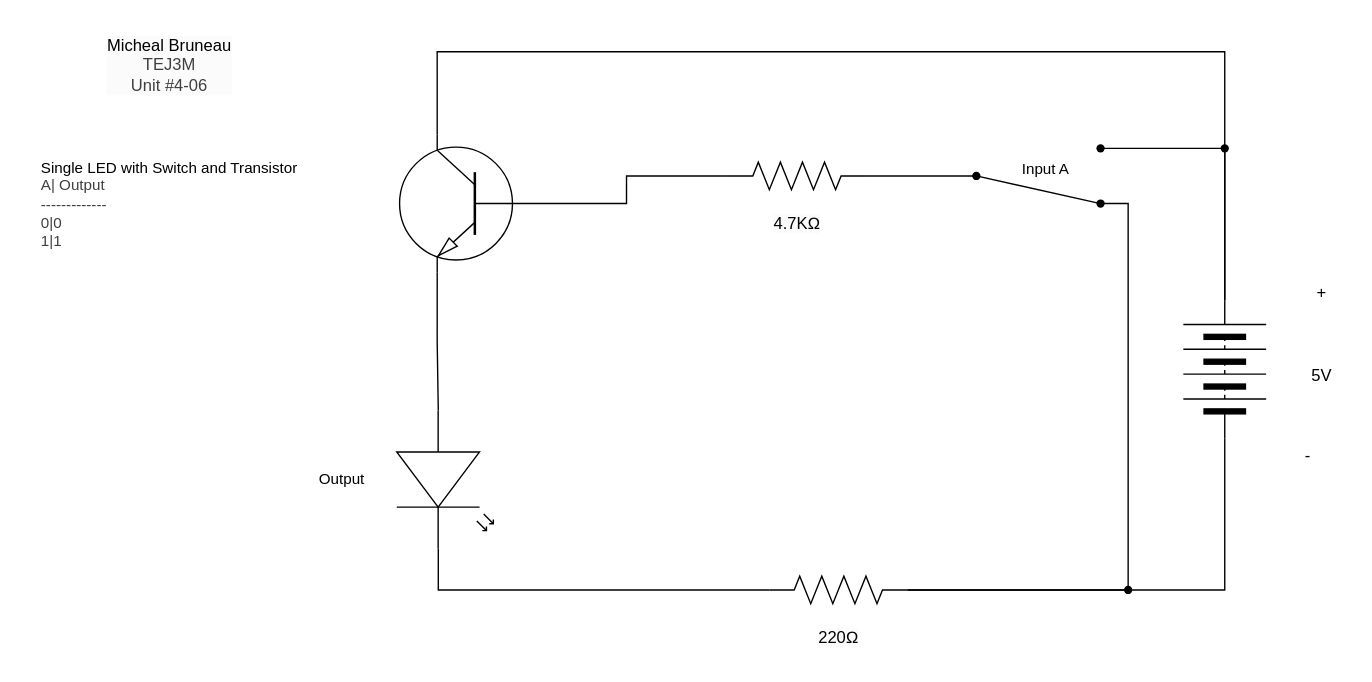
Earlier version of the draw.io diagram TEJ3M 4-06/Schematic diagram.drawio (michael-bruneau/TEJ3M-Unit-4). Source tidied: cells renumbered, new cells numbered last; positions are measured from the earlier drawing's top-left corner, leaving out a move shared by most shapes. Both pictures are drawn from the tidied source at 138%, with x=0, y=0 at pixel (23, 23).
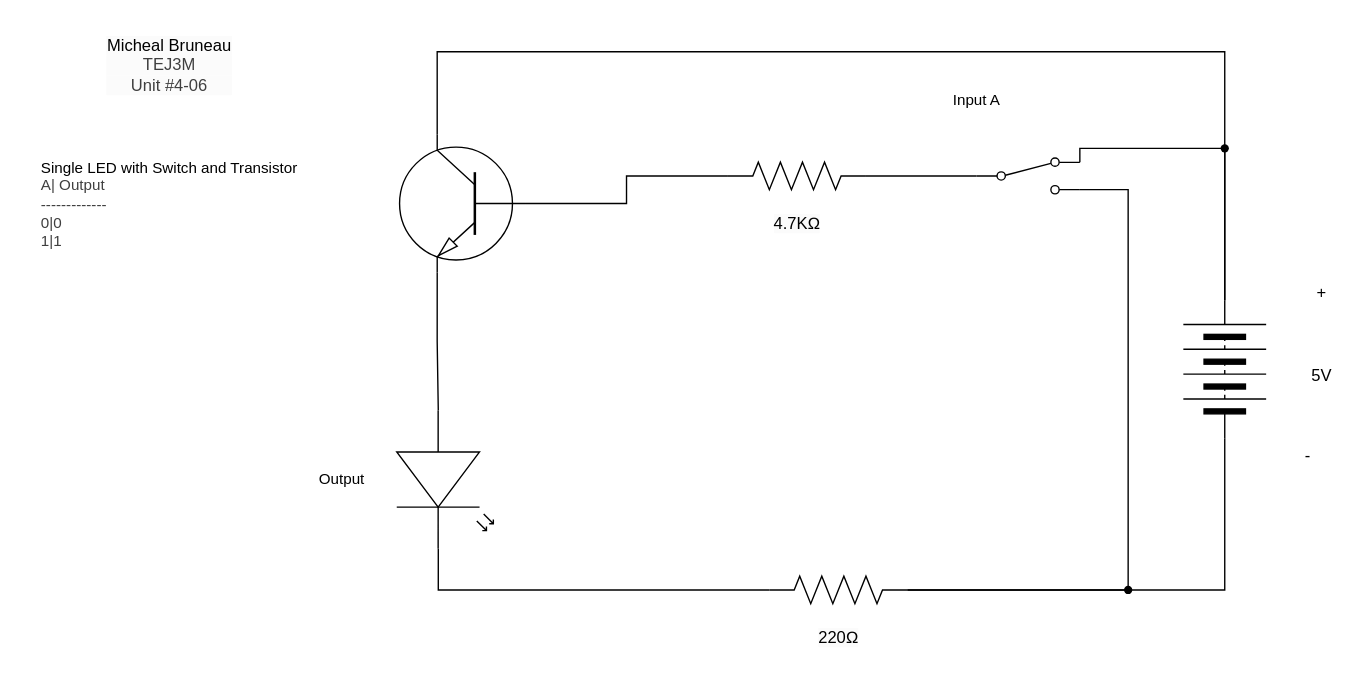
The same page after the edit.

Unchanged cells that the change refers to:
```xml
<mxCell id="4" style="verticalLabelPosition=bottom;shadow=0;dashed=0;align=center;html=1;verticalAlign=top;shape=mxgraph.electrical.miscellaneous.batteryStack;rotation=-90;" parent="1" vertex="1">
  <mxGeometry x="820" y="220" width="100" height="60" as="geometry" />
</mxCell>
<mxCell id="10" style="verticalLabelPosition=bottom;shadow=0;dashed=0;align=center;html=1;verticalAlign=top;shape=mxgraph.electrical.resistors.resistor_2;fontFamily=Helvetica;fontSize=11;fontColor=default;labelBackgroundColor=default;" parent="1" vertex="1">
  <mxGeometry x="510" y="100" width="100" height="20" as="geometry" />
</mxCell>
<mxCell id="13" style="verticalLabelPosition=bottom;shadow=0;dashed=0;align=center;html=1;verticalAlign=top;shape=mxgraph.electrical.resistors.resistor_2;fontFamily=Helvetica;fontSize=11;fontColor=default;labelBackgroundColor=default;" parent="1" vertex="1">
  <mxGeometry x="540" y="400" width="100" height="20" as="geometry" />
</mxCell>
```

Change to the diagram source:
```diff
@@
-    <mxCell id="12" style="edgeStyle=orthogonalEdgeStyle;shape=connector;curved=0;rounded=0;html=1;exitX=1;exitY=0.5;exitDx=0;exitDy=0;exitPerimeter=0;strokeColor=default;align=center;verticalAlign=middle;fontFamily=Helvetica;fontSize=11;fontColor=default;labelBackgroundColor=default;endArrow=none;endFill=0;entryX=0.55;entryY=1.15;entryDx=0;entryDy=0;entryPerimeter=0;" parent="1" edge="1" source="13" target="23">
+    <mxCell id="12" style="edgeStyle=orthogonalEdgeStyle;shape=connector;curved=0;rounded=0;html=1;exitX=1;exitY=0.5;exitDx=0;exitDy=0;exitPerimeter=0;strokeColor=default;align=center;verticalAlign=middle;fontFamily=Helvetica;fontSize=11;fontColor=default;labelBackgroundColor=default;endArrow=none;endFill=0;entryX=1;entryY=0.88;entryDx=0;entryDy=0;" parent="1" edge="1" source="13" target="31">
       <mxGeometry relative="1" as="geometry">
         <Array as="points">
           <mxPoint x="800" y="410" />
-          <mxPoint x="800" y="130" />
+          <mxPoint x="800" y="120" />
         </Array>
       </mxGeometry>
     </mxCell>
@@
-    <mxCell id="15" style="shape=waypoint;sketch=0;fillStyle=solid;size=6;points=[];fillColor=none;perimeter=centerPerimeter;snapToPoint=1;fontFamily=Helvetica;fontSize=11;fontColor=default;labelBackgroundColor=default;" parent="1" vertex="1">
-      <mxGeometry x="770" y="80" width="20" height="20" as="geometry" />
-    </mxCell>
-    <mxCell id="16" style="edgeStyle=orthogonalEdgeStyle;shape=connector;curved=0;rounded=0;html=1;exitX=1;exitY=0.5;exitDx=0;exitDy=0;entryX=1.05;entryY=0.5;entryDx=0;entryDy=0;entryPerimeter=0;strokeColor=default;align=center;verticalAlign=middle;fontFamily=Helvetica;fontSize=11;fontColor=default;labelBackgroundColor=default;endArrow=none;endFill=0;" parent="1" edge="1" source="4" target="15">
+    <mxCell id="16" style="edgeStyle=orthogonalEdgeStyle;shape=connector;curved=0;rounded=0;html=1;exitX=1;exitY=0.5;exitDx=0;exitDy=0;entryX=1;entryY=0.12;entryDx=0;entryDy=0;strokeColor=default;align=center;verticalAlign=middle;fontFamily=Helvetica;fontSize=11;fontColor=default;labelBackgroundColor=default;endArrow=none;endFill=0;" parent="1" edge="1" source="4" target="31">
       <mxGeometry relative="1" as="geometry">
         <Array as="points">
           <mxPoint x="870" y="90" />
+          <mxPoint x="765" y="90" />
         </Array>
       </mxGeometry>
     </mxCell>
@@
-    <mxCell id="23" style="shape=waypoint;sketch=0;fillStyle=solid;size=6;points=[];fillColor=none;perimeter=centerPerimeter;snapToPoint=1;fontFamily=Helvetica;fontSize=11;fontColor=default;labelBackgroundColor=default;" parent="1" vertex="1">
-      <mxGeometry x="770" y="120" width="20" height="20" as="geometry" />
-    </mxCell>
-    <mxCell id="24" style="shape=connector;rounded=0;html=1;exitDx=0;exitDy=0;exitPerimeter=0;entryX=0.3;entryY=0.2;entryDx=0;entryDy=0;entryPerimeter=0;strokeColor=default;align=center;verticalAlign=middle;fontFamily=Helvetica;fontSize=11;fontColor=default;labelBackgroundColor=default;endArrow=none;endFill=0;" parent="1" edge="1" source="30" target="23">
-      <mxGeometry relative="1" as="geometry" />
-    </mxCell>
     <mxCell id="25" value="Input A" style="text;html=1;align=center;verticalAlign=middle;strokeColor=none;fillColor=none;fontFamily=Helvetica;fontSize=11;fontColor=default;labelBackgroundColor=default;" parent="1" vertex="1">
-      <mxGeometry x="710" y="90" width="60" height="30" as="geometry" />
+      <mxGeometry x="660" y="40" width="60" height="30" as="geometry" />
     </mxCell>
@@
-    <mxCell id="29" style="shape=connector;rounded=0;html=1;exitX=1;exitY=0.5;exitDx=0;exitDy=0;exitPerimeter=0;entryDx=0;entryDy=0;entryPerimeter=0;strokeColor=default;align=center;verticalAlign=middle;fontFamily=Helvetica;fontSize=11;fontColor=default;labelBackgroundColor=default;endArrow=none;endFill=0;" parent="1" edge="1" source="10" target="30">
-      <mxGeometry relative="1" as="geometry" />
+    <mxCell id="29" style="shape=connector;rounded=0;html=1;exitX=1;exitY=0.5;exitDx=0;exitDy=0;exitPerimeter=0;entryDx=0;entryDy=0;entryPerimeter=0;strokeColor=default;align=center;verticalAlign=middle;fontFamily=Helvetica;fontSize=11;fontColor=default;labelBackgroundColor=default;endArrow=none;endFill=0;" parent="1" edge="1" source="10">
+      <mxGeometry relative="1" as="geometry">
+        <mxPoint x="690" y="110" as="targetPoint" />
+      </mxGeometry>
     </mxCell>
-    <mxCell id="30" style="shape=waypoint;sketch=0;fillStyle=solid;size=6;points=[];fillColor=none;perimeter=centerPerimeter;snapToPoint=1;fontFamily=Helvetica;fontSize=11;fontColor=default;labelBackgroundColor=default;" parent="1" vertex="1">
-      <mxGeometry x="680" y="100" width="20" height="20" as="geometry" />
-    </mxCell>
+    <mxCell id="31" style="html=1;shape=mxgraph.electrical.electro-mechanical.twoWaySwitch;elSwitchState=2;" parent="1" vertex="1">
+      <mxGeometry x="690" y="97" width="75" height="26" as="geometry" />
+    </mxCell>
```
